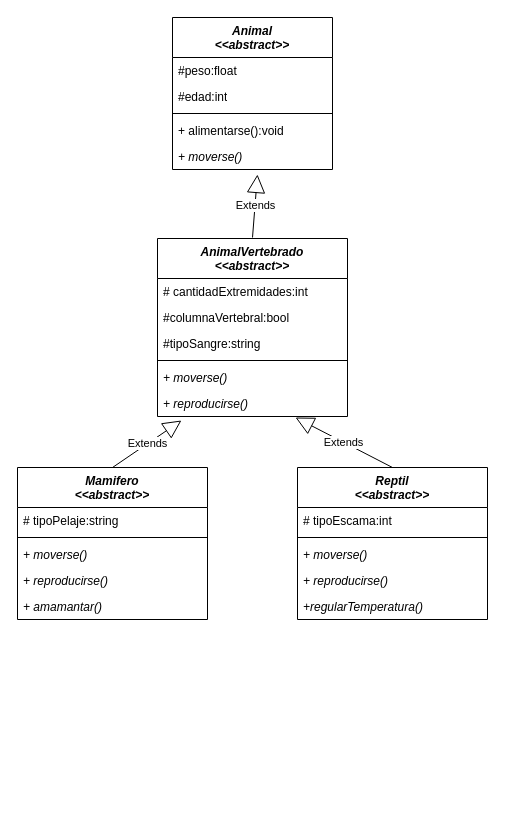
Earlier version of the draw.io diagram DesarrolloOrientadoObjetos/ejerciciosObligatorios6/animalAbstract.drawio (monick96/PracticeCsharp). Source tidied: cells renumbered, new cells numbered last; positions are measured from the earlier drawing's top-left corner, leaving out a move shared by most shapes. Both pictures are drawn from the tidied source at 100%, with x=0, y=0 at pixel (17, 17).
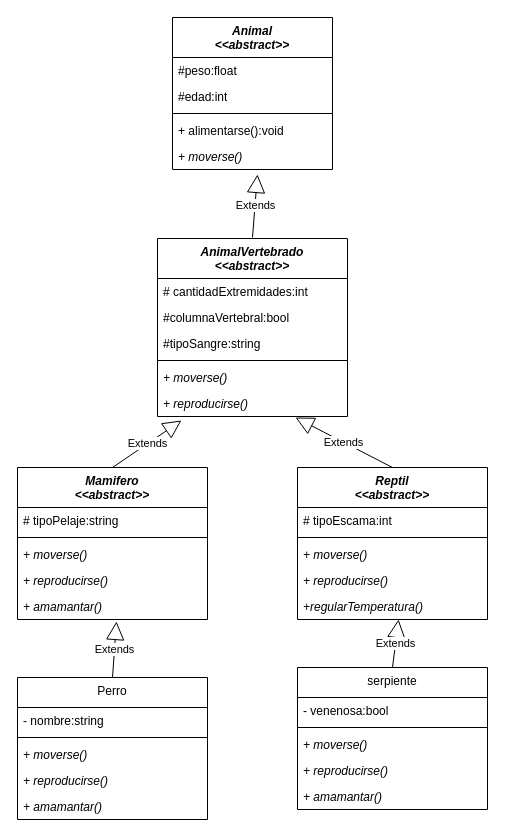
Above is the later version.

Unchanged cells that the change refers to:
```xml
<mxCell id="20" value="&lt;i style=&quot;--tw-border-spacing-x: 0; --tw-border-spacing-y: 0; --tw-translate-x: 0; --tw-translate-y: 0; --tw-rotate: 0; --tw-skew-x: 0; --tw-skew-y: 0; --tw-scale-x: 1; --tw-scale-y: 1; --tw-pan-x: ; --tw-pan-y: ; --tw-pinch-zoom: ; --tw-scroll-snap-strictness: proximity; --tw-ordinal: ; --tw-slashed-zero: ; --tw-numeric-figure: ; --tw-numeric-spacing: ; --tw-numeric-fraction: ; --tw-ring-inset: ; --tw-ring-offset-width: 0px; --tw-ring-offset-color: #fff; --tw-ring-color: rgb(59 130 246 / .5); --tw-ring-offset-shadow: 0 0 #0000; --tw-ring-shadow: 0 0 #0000; --tw-shadow: 0 0 #0000; --tw-shadow-colored: 0 0 #0000; --tw-blur: ; --tw-brightness: ; --tw-contrast: ; --tw-grayscale: ; --tw-hue-rotate: ; --tw-invert: ; --tw-saturate: ; --tw-sepia: ; --tw-drop-shadow: ; --tw-backdrop-blur: ; --tw-backdrop-brightness: ; --tw-backdrop-contrast: ; --tw-backdrop-grayscale: ; --tw-backdrop-hue-rotate: ; --tw-backdrop-invert: ; --tw-backdrop-opacity: ; --tw-backdrop-saturate: ; --tw-backdrop-sepia: ;&quot;&gt;+ amamantar()&lt;/i&gt;" style="text;strokeColor=none;fillColor=none;align=left;verticalAlign=top;spacingLeft=4;spacingRight=4;overflow=hidden;points=[[0,0.5],[1,0.5]];portConstraint=eastwest;whiteSpace=wrap;html=1;" parent="15" vertex="1">
  <mxGeometry y="126" width="190" height="26" as="geometry" />
</mxCell>
<mxCell id="26" value="&lt;i&gt;+regularTemperatura()&lt;/i&gt;" style="text;strokeColor=none;fillColor=none;align=left;verticalAlign=top;spacingLeft=4;spacingRight=4;overflow=hidden;points=[[0,0.5],[1,0.5]];portConstraint=eastwest;whiteSpace=wrap;html=1;" parent="21" vertex="1">
  <mxGeometry y="126" width="190" height="26" as="geometry" />
</mxCell>
```

The edit, as a diff of the source:
```diff
@@
+    <mxCell id="30" value="&lt;span style=&quot;font-weight: normal;&quot;&gt;Perro&lt;/span&gt;" style="swimlane;fontStyle=1;align=center;verticalAlign=top;horizontal=1;startSize=30;whiteSpace=wrap;html=1;" parent="1" vertex="1">
+      <mxGeometry y="660" width="190" height="142" as="geometry" />
+    </mxCell>
+    <mxCell id="31" value="- nombre:string&lt;div&gt;&lt;br&gt;&lt;/div&gt;" style="text;strokeColor=none;fillColor=none;align=left;verticalAlign=top;spacingLeft=4;spacingRight=4;overflow=hidden;whiteSpace=wrap;html=1;" parent="30" vertex="1">
+      <mxGeometry y="30" width="190" height="26" as="geometry" />
+    </mxCell>
+    <mxCell id="32" style="line;strokeWidth=1;fillColor=none;align=left;verticalAlign=middle;spacingTop=-1;spacingLeft=3;spacingRight=3;labelPosition=right;strokeColor=inherit;" parent="30" vertex="1">
+      <mxGeometry y="56" width="190" height="8" as="geometry" />
+    </mxCell>
+    <mxCell id="33" value="&lt;i style=&quot;--tw-border-spacing-x: 0; --tw-border-spacing-y: 0; --tw-translate-x: 0; --tw-translate-y: 0; --tw-rotate: 0; --tw-skew-x: 0; --tw-skew-y: 0; --tw-scale-x: 1; --tw-scale-y: 1; --tw-pan-x: ; --tw-pan-y: ; --tw-pinch-zoom: ; --tw-scroll-snap-strictness: proximity; --tw-ordinal: ; --tw-slashed-zero: ; --tw-numeric-figure: ; --tw-numeric-spacing: ; --tw-numeric-fraction: ; --tw-ring-inset: ; --tw-ring-offset-width: 0px; --tw-ring-offset-color: #fff; --tw-ring-color: rgb(59 130 246 / .5); --tw-ring-offset-shadow: 0 0 #0000; --tw-ring-shadow: 0 0 #0000; --tw-shadow: 0 0 #0000; --tw-shadow-colored: 0 0 #0000; --tw-blur: ; --tw-brightness: ; --tw-contrast: ; --tw-grayscale: ; --tw-hue-rotate: ; --tw-invert: ; --tw-saturate: ; --tw-sepia: ; --tw-drop-shadow: ; --tw-backdrop-blur: ; --tw-backdrop-brightness: ; --tw-backdrop-contrast: ; --tw-backdrop-grayscale: ; --tw-backdrop-hue-rotate: ; --tw-backdrop-invert: ; --tw-backdrop-opacity: ; --tw-backdrop-saturate: ; --tw-backdrop-sepia: ;&quot;&gt;+ moverse()&lt;/i&gt;" style="text;strokeColor=none;fillColor=none;align=left;verticalAlign=top;spacingLeft=4;spacingRight=4;overflow=hidden;whiteSpace=wrap;html=1;" parent="30" vertex="1">
+      <mxGeometry y="64" width="190" height="26" as="geometry" />
+    </mxCell>
+    <mxCell id="34" value="&lt;i style=&quot;--tw-border-spacing-x: 0; --tw-border-spacing-y: 0; --tw-translate-x: 0; --tw-translate-y: 0; --tw-rotate: 0; --tw-skew-x: 0; --tw-skew-y: 0; --tw-scale-x: 1; --tw-scale-y: 1; --tw-pan-x: ; --tw-pan-y: ; --tw-pinch-zoom: ; --tw-scroll-snap-strictness: proximity; --tw-ordinal: ; --tw-slashed-zero: ; --tw-numeric-figure: ; --tw-numeric-spacing: ; --tw-numeric-fraction: ; --tw-ring-inset: ; --tw-ring-offset-width: 0px; --tw-ring-offset-color: #fff; --tw-ring-color: rgb(59 130 246 / .5); --tw-ring-offset-shadow: 0 0 #0000; --tw-ring-shadow: 0 0 #0000; --tw-shadow: 0 0 #0000; --tw-shadow-colored: 0 0 #0000; --tw-blur: ; --tw-brightness: ; --tw-contrast: ; --tw-grayscale: ; --tw-hue-rotate: ; --tw-invert: ; --tw-saturate: ; --tw-sepia: ; --tw-drop-shadow: ; --tw-backdrop-blur: ; --tw-backdrop-brightness: ; --tw-backdrop-contrast: ; --tw-backdrop-grayscale: ; --tw-backdrop-hue-rotate: ; --tw-backdrop-invert: ; --tw-backdrop-opacity: ; --tw-backdrop-saturate: ; --tw-backdrop-sepia: ;&quot;&gt;+ reproducirse()&lt;/i&gt;" style="text;strokeColor=none;fillColor=none;align=left;verticalAlign=top;spacingLeft=4;spacingRight=4;overflow=hidden;whiteSpace=wrap;html=1;" parent="30" vertex="1">
+      <mxGeometry y="90" width="190" height="26" as="geometry" />
+    </mxCell>
+    <mxCell id="35" value="&lt;i style=&quot;--tw-border-spacing-x: 0; --tw-border-spacing-y: 0; --tw-translate-x: 0; --tw-translate-y: 0; --tw-rotate: 0; --tw-skew-x: 0; --tw-skew-y: 0; --tw-scale-x: 1; --tw-scale-y: 1; --tw-pan-x: ; --tw-pan-y: ; --tw-pinch-zoom: ; --tw-scroll-snap-strictness: proximity; --tw-ordinal: ; --tw-slashed-zero: ; --tw-numeric-figure: ; --tw-numeric-spacing: ; --tw-numeric-fraction: ; --tw-ring-inset: ; --tw-ring-offset-width: 0px; --tw-ring-offset-color: #fff; --tw-ring-color: rgb(59 130 246 / .5); --tw-ring-offset-shadow: 0 0 #0000; --tw-ring-shadow: 0 0 #0000; --tw-shadow: 0 0 #0000; --tw-shadow-colored: 0 0 #0000; --tw-blur: ; --tw-brightness: ; --tw-contrast: ; --tw-grayscale: ; --tw-hue-rotate: ; --tw-invert: ; --tw-saturate: ; --tw-sepia: ; --tw-drop-shadow: ; --tw-backdrop-blur: ; --tw-backdrop-brightness: ; --tw-backdrop-contrast: ; --tw-backdrop-grayscale: ; --tw-backdrop-hue-rotate: ; --tw-backdrop-invert: ; --tw-backdrop-opacity: ; --tw-backdrop-saturate: ; --tw-backdrop-sepia: ;&quot;&gt;+ amamantar()&lt;/i&gt;" style="text;strokeColor=none;fillColor=none;align=left;verticalAlign=top;spacingLeft=4;spacingRight=4;overflow=hidden;whiteSpace=wrap;html=1;" parent="30" vertex="1">
+      <mxGeometry y="116" width="190" height="26" as="geometry" />
+    </mxCell>
+    <mxCell id="36" value="&lt;span style=&quot;font-weight: normal;&quot;&gt;serpiente&lt;/span&gt;" style="swimlane;fontStyle=1;align=center;verticalAlign=top;horizontal=1;startSize=30;whiteSpace=wrap;html=1;" parent="1" vertex="1">
+      <mxGeometry x="280" y="650" width="190" height="142" as="geometry" />
+    </mxCell>
+    <mxCell id="37" value="- venenosa:bool&lt;div&gt;&lt;br&gt;&lt;/div&gt;" style="text;strokeColor=none;fillColor=none;align=left;verticalAlign=top;spacingLeft=4;spacingRight=4;overflow=hidden;whiteSpace=wrap;html=1;" parent="36" vertex="1">
+      <mxGeometry y="30" width="190" height="26" as="geometry" />
+    </mxCell>
+    <mxCell id="38" style="line;strokeWidth=1;fillColor=none;align=left;verticalAlign=middle;spacingTop=-1;spacingLeft=3;spacingRight=3;labelPosition=right;strokeColor=inherit;" parent="36" vertex="1">
+      <mxGeometry y="56" width="190" height="8" as="geometry" />
+    </mxCell>
+    <mxCell id="39" value="&lt;i style=&quot;--tw-border-spacing-x: 0; --tw-border-spacing-y: 0; --tw-translate-x: 0; --tw-translate-y: 0; --tw-rotate: 0; --tw-skew-x: 0; --tw-skew-y: 0; --tw-scale-x: 1; --tw-scale-y: 1; --tw-pan-x: ; --tw-pan-y: ; --tw-pinch-zoom: ; --tw-scroll-snap-strictness: proximity; --tw-ordinal: ; --tw-slashed-zero: ; --tw-numeric-figure: ; --tw-numeric-spacing: ; --tw-numeric-fraction: ; --tw-ring-inset: ; --tw-ring-offset-width: 0px; --tw-ring-offset-color: #fff; --tw-ring-color: rgb(59 130 246 / .5); --tw-ring-offset-shadow: 0 0 #0000; --tw-ring-shadow: 0 0 #0000; --tw-shadow: 0 0 #0000; --tw-shadow-colored: 0 0 #0000; --tw-blur: ; --tw-brightness: ; --tw-contrast: ; --tw-grayscale: ; --tw-hue-rotate: ; --tw-invert: ; --tw-saturate: ; --tw-sepia: ; --tw-drop-shadow: ; --tw-backdrop-blur: ; --tw-backdrop-brightness: ; --tw-backdrop-contrast: ; --tw-backdrop-grayscale: ; --tw-backdrop-hue-rotate: ; --tw-backdrop-invert: ; --tw-backdrop-opacity: ; --tw-backdrop-saturate: ; --tw-backdrop-sepia: ;&quot;&gt;+ moverse()&lt;/i&gt;" style="text;strokeColor=none;fillColor=none;align=left;verticalAlign=top;spacingLeft=4;spacingRight=4;overflow=hidden;whiteSpace=wrap;html=1;" parent="36" vertex="1">
+      <mxGeometry y="64" width="190" height="26" as="geometry" />
+    </mxCell>
+    <mxCell id="40" value="&lt;i style=&quot;--tw-border-spacing-x: 0; --tw-border-spacing-y: 0; --tw-translate-x: 0; --tw-translate-y: 0; --tw-rotate: 0; --tw-skew-x: 0; --tw-skew-y: 0; --tw-scale-x: 1; --tw-scale-y: 1; --tw-pan-x: ; --tw-pan-y: ; --tw-pinch-zoom: ; --tw-scroll-snap-strictness: proximity; --tw-ordinal: ; --tw-slashed-zero: ; --tw-numeric-figure: ; --tw-numeric-spacing: ; --tw-numeric-fraction: ; --tw-ring-inset: ; --tw-ring-offset-width: 0px; --tw-ring-offset-color: #fff; --tw-ring-color: rgb(59 130 246 / .5); --tw-ring-offset-shadow: 0 0 #0000; --tw-ring-shadow: 0 0 #0000; --tw-shadow: 0 0 #0000; --tw-shadow-colored: 0 0 #0000; --tw-blur: ; --tw-brightness: ; --tw-contrast: ; --tw-grayscale: ; --tw-hue-rotate: ; --tw-invert: ; --tw-saturate: ; --tw-sepia: ; --tw-drop-shadow: ; --tw-backdrop-blur: ; --tw-backdrop-brightness: ; --tw-backdrop-contrast: ; --tw-backdrop-grayscale: ; --tw-backdrop-hue-rotate: ; --tw-backdrop-invert: ; --tw-backdrop-opacity: ; --tw-backdrop-saturate: ; --tw-backdrop-sepia: ;&quot;&gt;+ reproducirse()&lt;/i&gt;" style="text;strokeColor=none;fillColor=none;align=left;verticalAlign=top;spacingLeft=4;spacingRight=4;overflow=hidden;whiteSpace=wrap;html=1;" parent="36" vertex="1">
+      <mxGeometry y="90" width="190" height="26" as="geometry" />
+    </mxCell>
+    <mxCell id="41" value="&lt;i style=&quot;--tw-border-spacing-x: 0; --tw-border-spacing-y: 0; --tw-translate-x: 0; --tw-translate-y: 0; --tw-rotate: 0; --tw-skew-x: 0; --tw-skew-y: 0; --tw-scale-x: 1; --tw-scale-y: 1; --tw-pan-x: ; --tw-pan-y: ; --tw-pinch-zoom: ; --tw-scroll-snap-strictness: proximity; --tw-ordinal: ; --tw-slashed-zero: ; --tw-numeric-figure: ; --tw-numeric-spacing: ; --tw-numeric-fraction: ; --tw-ring-inset: ; --tw-ring-offset-width: 0px; --tw-ring-offset-color: #fff; --tw-ring-color: rgb(59 130 246 / .5); --tw-ring-offset-shadow: 0 0 #0000; --tw-ring-shadow: 0 0 #0000; --tw-shadow: 0 0 #0000; --tw-shadow-colored: 0 0 #0000; --tw-blur: ; --tw-brightness: ; --tw-contrast: ; --tw-grayscale: ; --tw-hue-rotate: ; --tw-invert: ; --tw-saturate: ; --tw-sepia: ; --tw-drop-shadow: ; --tw-backdrop-blur: ; --tw-backdrop-brightness: ; --tw-backdrop-contrast: ; --tw-backdrop-grayscale: ; --tw-backdrop-hue-rotate: ; --tw-backdrop-invert: ; --tw-backdrop-opacity: ; --tw-backdrop-saturate: ; --tw-backdrop-sepia: ;&quot;&gt;+ amamantar()&lt;/i&gt;" style="text;strokeColor=none;fillColor=none;align=left;verticalAlign=top;spacingLeft=4;spacingRight=4;overflow=hidden;whiteSpace=wrap;html=1;" parent="36" vertex="1">
+      <mxGeometry y="116" width="190" height="26" as="geometry" />
+    </mxCell>
+    <mxCell id="42" value="Extends" style="endArrow=block;endSize=16;endFill=0;html=1;rounded=0;exitX=0.5;exitY=0;exitDx=0;exitDy=0;entryX=0.521;entryY=1.077;entryDx=0;entryDy=0;entryPerimeter=0;" parent="1" edge="1" source="30" target="20">
+      <mxGeometry relative="1" as="geometry" />
+    </mxCell>
+    <mxCell id="43" value="Extends" style="endArrow=block;endSize=16;endFill=0;html=1;rounded=0;exitX=0.5;exitY=0;exitDx=0;exitDy=0;entryX=0.532;entryY=1;entryDx=0;entryDy=0;entryPerimeter=0;" parent="1" edge="1" source="36" target="26">
+      <mxGeometry relative="1" as="geometry" />
+    </mxCell>
```
